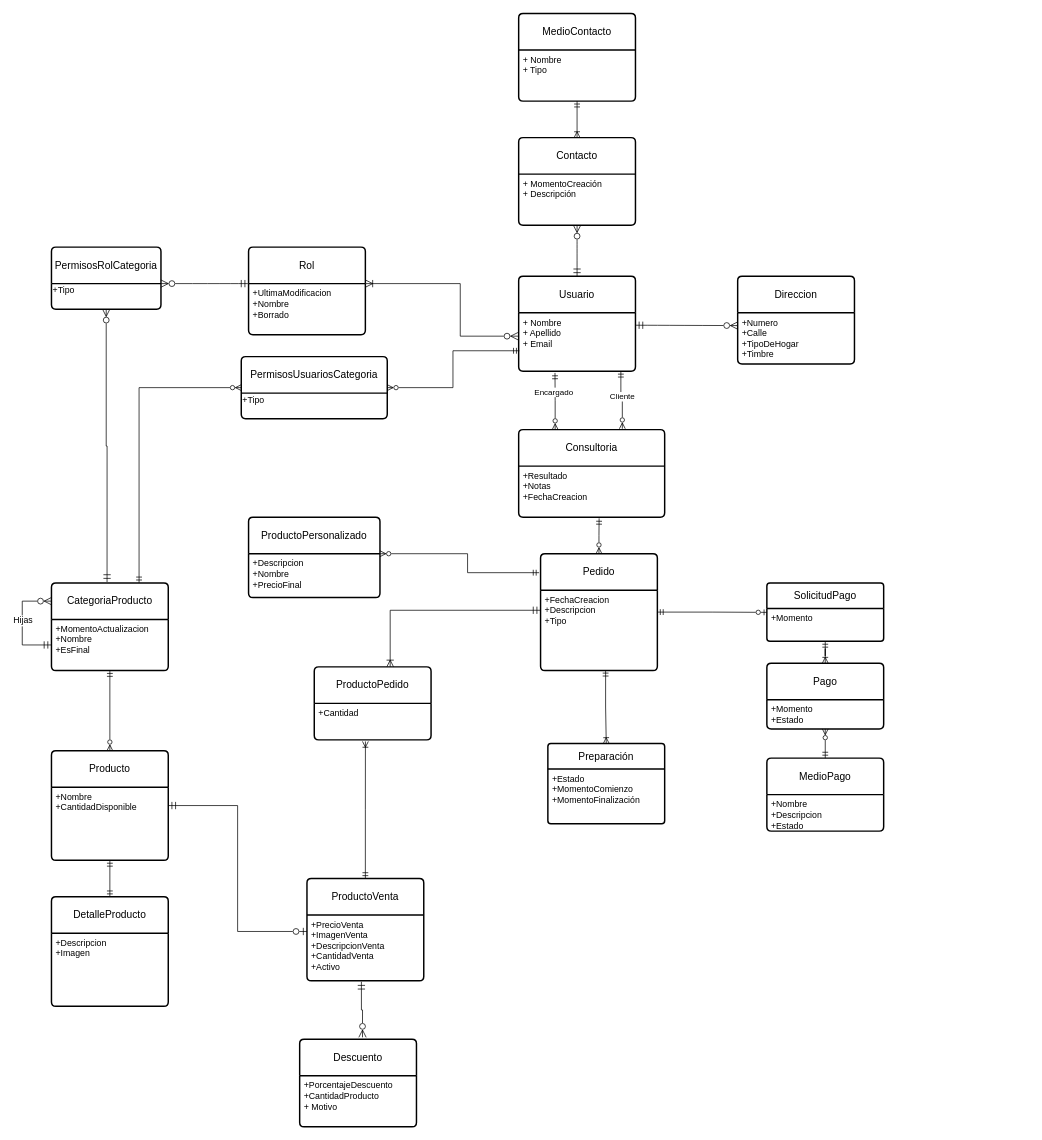
The draw.io diagram propuesta/ModeloDatos/DiagramaDeDatosDeProcesos.drawio in elelouch/TrabajoFinalAUS, before the edit. Source tidied: cells renumbered, new cells numbered last; positions are measured from the earlier drawing's top-left corner, leaving out a move shared by most shapes. Both pictures are drawn from the tidied source at 73%, with x=0, y=0 at pixel (22, 13).
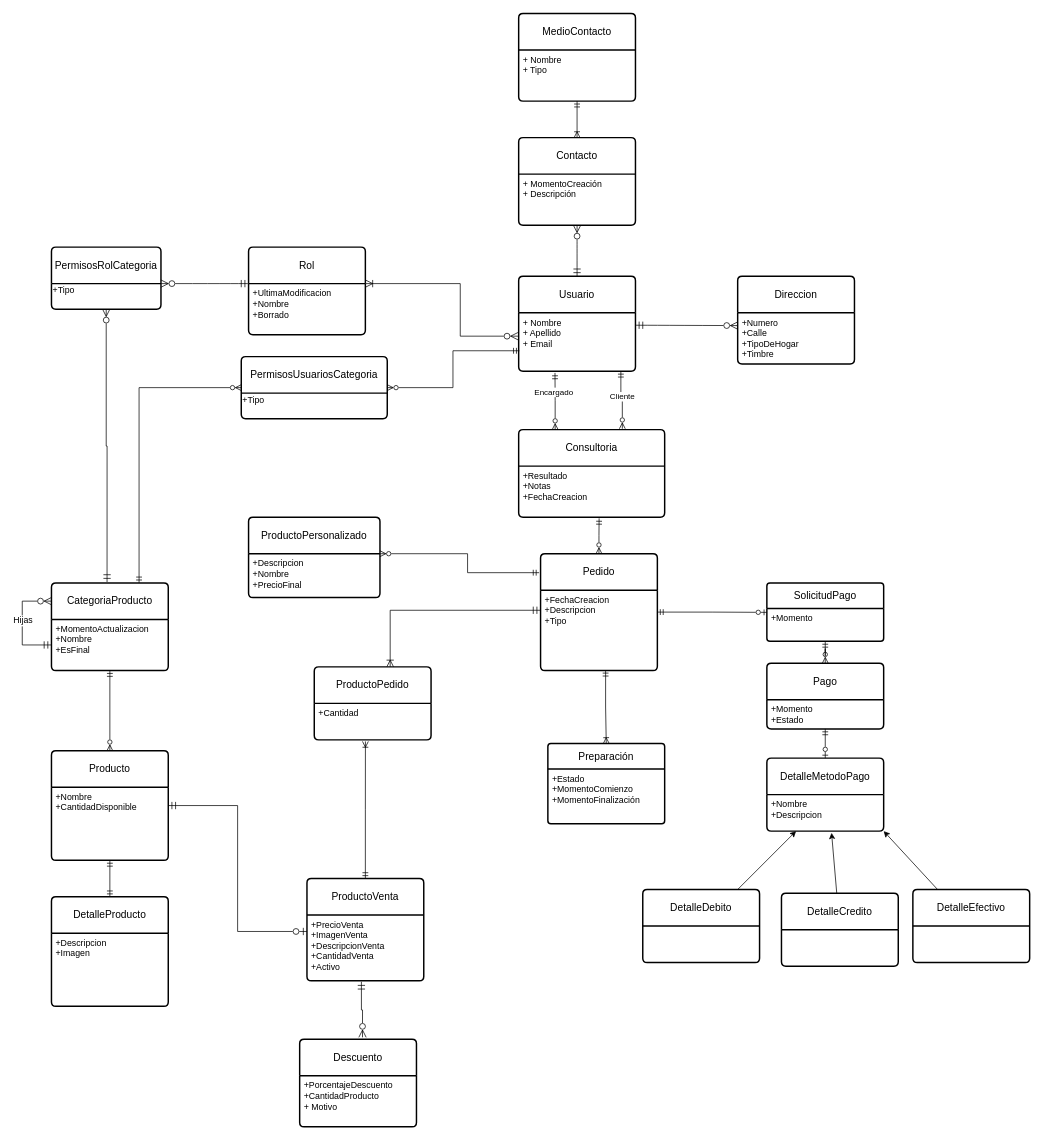
Above is the later version.

Unchanged cells that the change refers to:
```xml
<mxCell id="7" value="+Momento" style="align=left;strokeColor=none;fillColor=none;spacingLeft=4;spacingRight=4;fontSize=12;verticalAlign=top;html=1;whiteSpace=wrap;" parent="6" vertex="1">
  <mxGeometry y="35" width="160" height="45" as="geometry" />
</mxCell>
<mxCell id="41" value="Pago" style="swimlane;horizontal=1;startSize=50;rounded=1;fontSize=14;fontStyle=0;strokeWidth=2;shadow=0;dashed=0;align=center;arcSize=4;whiteSpace=wrap;html=1;" parent="1" vertex="1">
  <mxGeometry x="1020" y="890" width="160" height="90" as="geometry" />
</mxCell>
```

What changed in the source:
```diff
@@
-    <mxCell id="43" value="MedioPago" style="swimlane;horizontal=1;startSize=50;rounded=1;fontSize=14;fontStyle=0;strokeWidth=2;shadow=0;dashed=0;align=center;arcSize=4;whiteSpace=wrap;html=1;" parent="1" vertex="1">
+    <mxCell id="43" value="DetalleMetodoPago" style="swimlane;horizontal=1;startSize=50;rounded=1;fontSize=14;fontStyle=0;strokeWidth=2;shadow=0;dashed=0;align=center;arcSize=4;whiteSpace=wrap;html=1;" parent="1" vertex="1">
       <mxGeometry x="1020" y="1020" width="160" height="100" as="geometry" />
     </mxCell>
-    <mxCell id="44" value="+Nombre&lt;div&gt;+Descripcion&lt;/div&gt;&lt;div&gt;+Estado&lt;/div&gt;" style="align=left;strokeColor=none;fillColor=none;spacingLeft=4;spacingRight=4;fontSize=12;verticalAlign=top;html=1;whiteSpace=wrap;" parent="43" vertex="1">
+    <mxCell id="44" value="+Nombre&lt;div&gt;+Descripcion&lt;/div&gt;" style="align=left;strokeColor=none;fillColor=none;spacingLeft=4;spacingRight=4;fontSize=12;verticalAlign=top;html=1;whiteSpace=wrap;" parent="43" vertex="1">
       <mxGeometry y="50" width="160" height="50" as="geometry" />
     </mxCell>
-    <mxCell id="45" style="edgeStyle=orthogonalEdgeStyle;rounded=0;jettySize=auto;html=1;entryX=0.5;entryY=0;entryDx=0;entryDy=0;endArrow=ERoneToMany;endFill=0;startArrow=ERmandOne;startFill=0;" parent="1" edge="1" source="7" target="41">
+    <mxCell id="45" style="edgeStyle=orthogonalEdgeStyle;rounded=0;jettySize=auto;html=1;entryX=0.5;entryY=0;entryDx=0;entryDy=0;endArrow=ERzeroToMany;endFill=0;startArrow=ERmandOne;startFill=0;" parent="1" edge="1" source="7" target="41">
       <mxGeometry relative="1" as="geometry" />
     </mxCell>
-    <mxCell id="46" style="edgeStyle=orthogonalEdgeStyle;rounded=0;jettySize=auto;html=1;entryX=0.5;entryY=0;entryDx=0;entryDy=0;endArrow=ERmandOne;endFill=0;startArrow=ERzeroToMany;startFill=0;" parent="1" edge="1" source="41" target="43">
+    <mxCell id="46" style="edgeStyle=orthogonalEdgeStyle;rounded=0;jettySize=auto;html=1;entryX=0.5;entryY=0;entryDx=0;entryDy=0;endArrow=ERzeroToOne;endFill=0;startArrow=ERmandOne;startFill=0;" parent="1" edge="1" source="41" target="43">
       <mxGeometry relative="1" as="geometry" />
     </mxCell>
@@
+    <mxCell id="68" style="rounded=0;jettySize=auto;html=1;entryX=0.25;entryY=1;entryDx=0;entryDy=0;" parent="1" edge="1" source="69" target="44">
+      <mxGeometry relative="1" as="geometry" />
+    </mxCell>
+    <mxCell id="69" value="DetalleDebito" style="swimlane;horizontal=1;startSize=50;rounded=1;fontSize=14;fontStyle=0;strokeWidth=2;shadow=0;dashed=0;align=center;arcSize=4;whiteSpace=wrap;html=1;" parent="1" vertex="1">
+      <mxGeometry x="850" y="1200" width="160" height="100" as="geometry" />
+    </mxCell>
+    <mxCell id="70" value="DetalleCredito" style="swimlane;horizontal=1;startSize=50;rounded=1;fontSize=14;fontStyle=0;strokeWidth=2;shadow=0;dashed=0;align=center;arcSize=4;whiteSpace=wrap;html=1;" parent="1" vertex="1">
+      <mxGeometry x="1040" y="1205" width="160" height="100" as="geometry" />
+    </mxCell>
+    <mxCell id="71" style="rounded=0;jettySize=auto;html=1;entryX=1;entryY=1;entryDx=0;entryDy=0;" parent="1" edge="1" source="72" target="44">
+      <mxGeometry relative="1" as="geometry" />
+    </mxCell>
+    <mxCell id="72" value="DetalleEfectivo" style="swimlane;horizontal=1;startSize=50;rounded=1;fontSize=14;fontStyle=0;strokeWidth=2;shadow=0;dashed=0;align=center;arcSize=4;whiteSpace=wrap;html=1;" parent="1" vertex="1">
+      <mxGeometry x="1220" y="1200" width="160" height="100" as="geometry" />
+    </mxCell>
+    <mxCell id="73" style="rounded=0;jettySize=auto;html=1;entryX=0.554;entryY=1.047;entryDx=0;entryDy=0;entryPerimeter=0;" parent="1" edge="1" source="70" target="44">
+      <mxGeometry relative="1" as="geometry" />
+    </mxCell>
```
